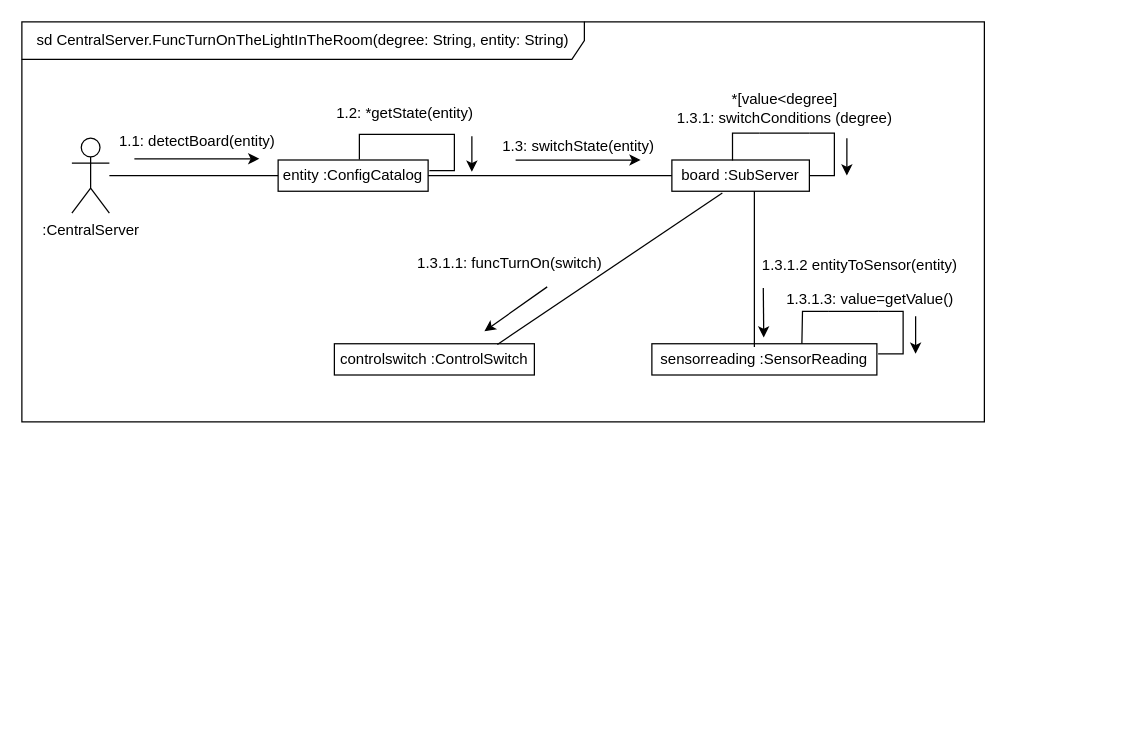
The draw.io diagram LAB2/Communication_diagram.drawio in tireks/OOAP, before the edit. Source tidied: cells renumbered, new cells numbered last; positions are measured from the earlier drawing's top-left corner, leaving out a move shared by most shapes. Both pictures are drawn from the tidied source at 125%, with x=0, y=0 at pixel (21, 21).
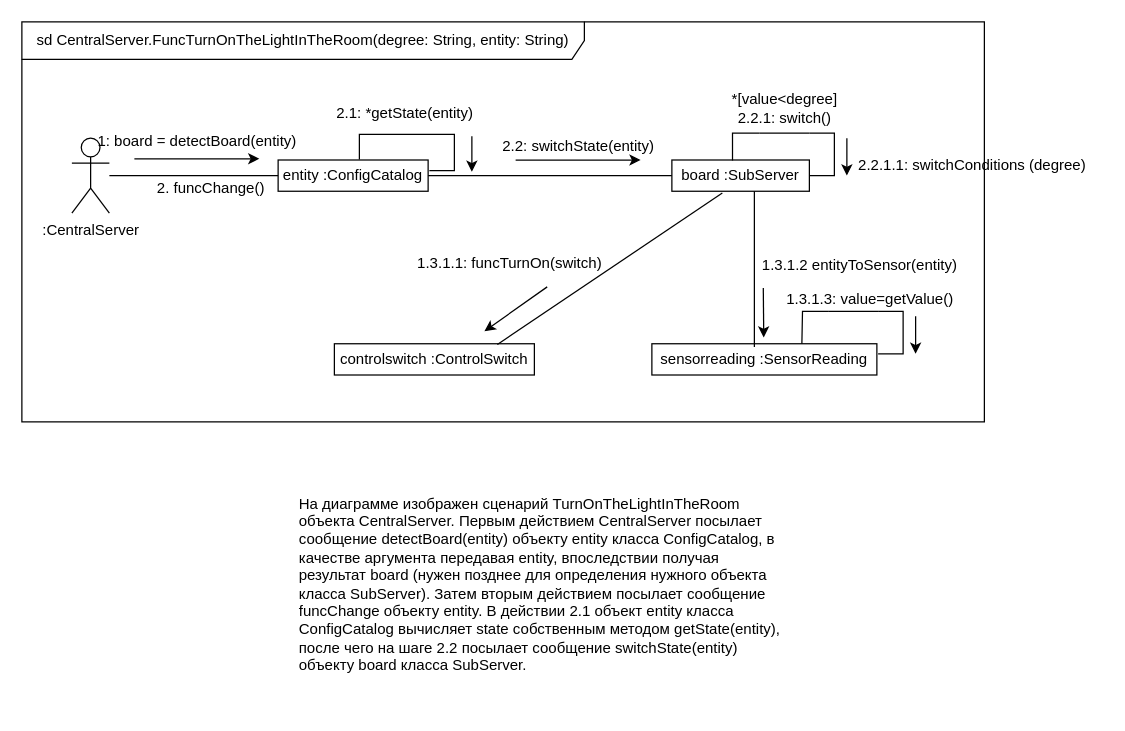
The same diagram, later.

Diff of the diagram source:
```diff
@@
-    <mxCell id="25" value="1.2: *getState(entity)" style="text;whiteSpace=wrap;" parent="1" vertex="1">
+    <mxCell id="25" value="2.1: *getState(entity)" style="text;whiteSpace=wrap;" parent="1" vertex="1">
       <mxGeometry x="250" y="59" width="150" height="30" as="geometry" />
     </mxCell>
@@
-    <mxCell id="29" value="*[value&amp;lt;degree] &lt;br&gt;1.3.1: switchConditions (degree)" style="text;html=1;align=center;verticalAlign=middle;strokeColor=none;fillColor=none;" parent="1" vertex="1">
-      <mxGeometry x="510" y="49" width="200" height="40" as="geometry" />
+    <mxCell id="29" value="*[value&amp;lt;degree] &lt;br&gt;2.2.1: switch()" style="text;html=1;align=center;verticalAlign=middle;strokeColor=none;fillColor=none;" parent="1" vertex="1">
+      <mxGeometry x="555" y="49" width="110" height="40" as="geometry" />
     </mxCell>
-    <mxCell id="30" value="1.1: detectBoard(entity)" style="text;html=1;align=center;verticalAlign=middle;strokeColor=none;fillColor=none;" parent="1" vertex="1">
-      <mxGeometry x="65" y="80.5" width="150" height="30" as="geometry" />
+    <mxCell id="30" value="1: board = detectBoard(entity)" style="text;html=1;align=center;verticalAlign=middle;strokeColor=none;fillColor=none;" parent="1" vertex="1">
+      <mxGeometry x="50" y="80.5" width="180" height="30" as="geometry" />
     </mxCell>
@@
-    <mxCell id="32" value="1.3: switchState(entity)" style="text;html=1;align=center;verticalAlign=middle;strokeColor=none;fillColor=none;" parent="1" vertex="1">
+    <mxCell id="32" value="2.2: switchState(entity)" style="text;html=1;align=center;verticalAlign=middle;strokeColor=none;fillColor=none;" parent="1" vertex="1">
       <mxGeometry x="375" y="85" width="140" height="30" as="geometry" />
     </mxCell>
@@
+    <mxCell id="34" value="2. funcChange()" style="text;html=1;align=center;verticalAlign=middle;strokeColor=none;fillColor=none;" parent="1" vertex="1">
+      <mxGeometry x="96" y="117.5" width="110" height="30" as="geometry" />
+    </mxCell>
+    <mxCell id="35" value="&lt;br&gt;2.2.1.1: switchConditions (degree)" style="text;html=1;align=center;verticalAlign=middle;strokeColor=none;fillColor=none;" parent="1" vertex="1">
+      <mxGeometry x="655" y="87" width="210" height="40" as="geometry" />
+    </mxCell>
+    <mxCell id="36" value="На диаграмме изображен сценарий TurnOnTheLightInTheRoom объекта CentralServer. Первым действием CentralServer посылает сообщение detectBoard(entity) объекту entity класса ConfigCatalog, в качестве аргумента передавая entity, впоследствии получая результат board (нужен позднее для определения нужного объекта класса SubServer). Затем вторым действием посылает сообщение funcChange объекту entity. В действии 2.1 объект entity класса ConfigCatalog вычисляет state собственным методом getState(entity), после чего на шаге 2.2 посылает сообщение switchState(entity) объекту board класса SubServer." style="text;html=1;strokeColor=none;fillColor=none;align=left;verticalAlign=middle;whiteSpace=wrap;rounded=0;" parent="1" vertex="1">
+      <mxGeometry x="220" y="350" width="390" height="200" as="geometry" />
+    </mxCell>
```
